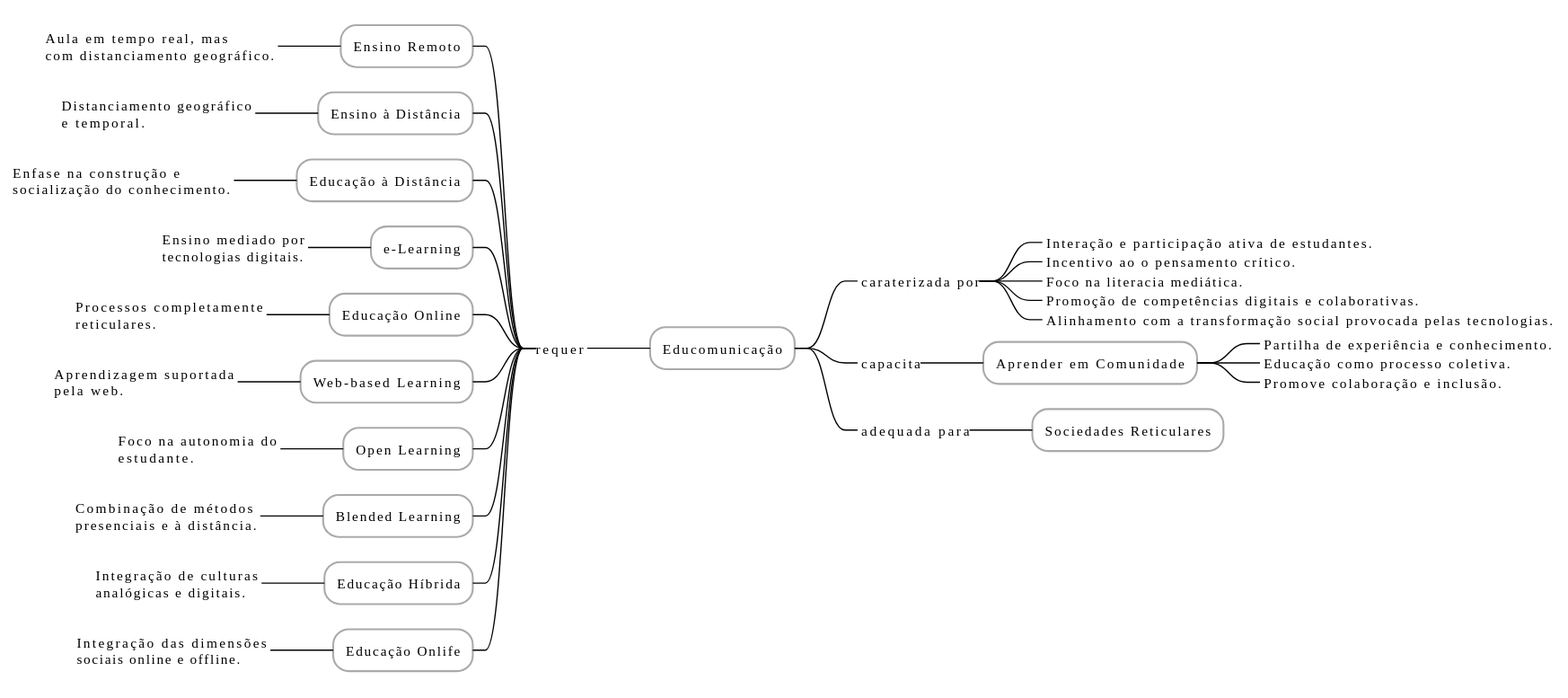
The PlantUML diagram 01_sociedade_em_rede_e_educacao_digital/figures/01_03_o_paradigma_da_educomunicacao.svg in amgs/pged, before a commit.
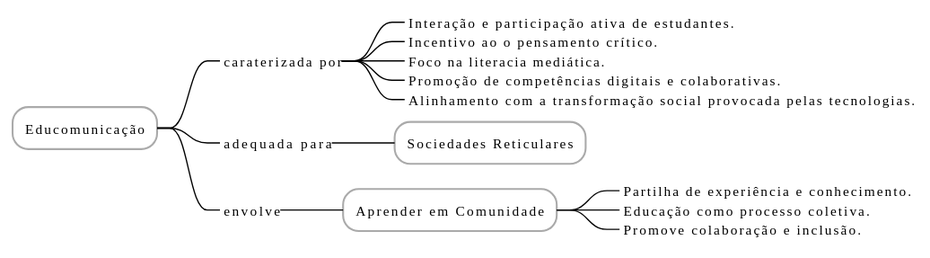
Later version of the same file.

Change to the diagram source:
```diff
@@ -13,48 +13,17 @@
 ***_ Promoção de competências digitais e colaborativas.
 ***_ Alinhamento com a transformação social provocada pelas tecnologias.
 
-**_ capacita
-*** Aprender em Comunidade
-****_ Partilha de experiência e conhecimento.
-****_ Educação como processo coletiva.
-****_ Promove colaboração e inclusão.
 
 **_ adequada para
 
 *** Sociedades Reticulares
 
-left side
+**_ envolve
+*** Aprender em Comunidade
 
-**_ requer
-*** Ensino Remoto
-****_:Aula em tempo real, mas
-com distanciamento geográfico.;
-*** Ensino à Distância
-****_:Distanciamento geográfico
-e temporal.;
-*** Educação à Distância
-****_:Enfase na construção e
-socialização do conhecimento.;
-*** e-Learning
-****_:Ensino mediado por
-tecnologias digitais.;
-*** Educação Online
-****_:Processos completamente
-reticulares.;
-*** Web-based Learning
-****_:Aprendizagem suportada
-pela web.;
-*** Open Learning
-****_:Foco na autonomia do
-estudante.;
-*** Blended Learning
-****_:Combinação de métodos
-presenciais e à distância.;
-*** Educação Híbrida
-****_:Integração de culturas
-analógicas e digitais.;
-*** Educação Onlife
-****_:Integração das dimensões
-sociais online e offline.;
+****_ Partilha de experiência e conhecimento.
+****_ Educação como processo coletiva.
+****_ Promove colaboração e inclusão.
+
 
 @endmindmap
```
